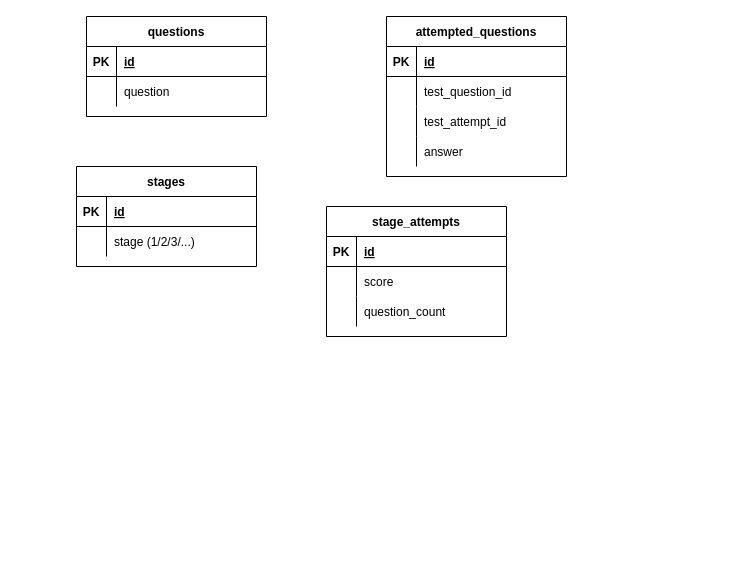
Earlier version of the draw.io diagram diagrams/database-design.drawio (alimtegar/sibisa_api). Source tidied: cells renumbered, new cells numbered last; positions are measured from the earlier drawing's top-left corner, leaving out a move shared by most shapes. Both pictures are drawn from the tidied source at 100%, with x=0, y=0 at pixel (76, 16).
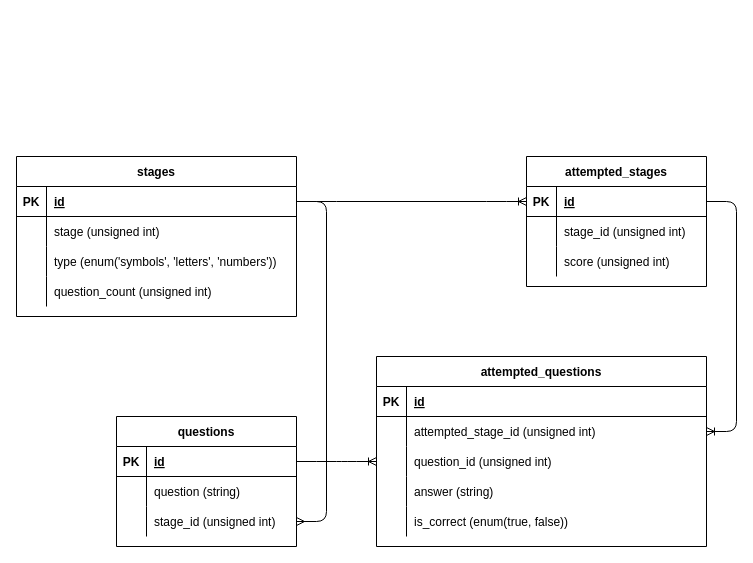
After the change.

Commit message:
Update database design

The change refers to these unchanged cells:
```xml
<mxCell id="3" style="shape=partialRectangle;fillColor=none;top=0;left=0;bottom=1;right=0;points=[[0,0.5],[1,0.5]];portConstraint=eastwest;" parent="2" vertex="1">
  <mxGeometry y="30" width="180" height="30" as="geometry" />
</mxCell>
<mxCell id="23" style="shape=partialRectangle;fillColor=none;top=0;left=0;bottom=1;right=0;points=[[0,0.5],[1,0.5]];portConstraint=eastwest;" parent="22" vertex="1">
  <mxGeometry y="30" width="180" height="30" as="geometry" />
</mxCell>
<mxCell id="26" style="shape=partialRectangle;fillColor=none;top=0;left=0;bottom=0;right=0;" parent="22" vertex="1">
  <mxGeometry y="60" width="180" height="30" as="geometry" />
</mxCell>
<mxCell id="29" style="shape=partialRectangle;fillColor=none;top=0;left=0;bottom=0;right=0;" parent="22" vertex="1">
  <mxGeometry y="90" width="180" height="30" as="geometry" />
</mxCell>
```

The edit, as a diff of the source:
```diff
@@
     <mxCell id="2" value="questions" style="shape=table;startSize=30;childLayout=tableLayout;rowLines=0;fontStyle=1;align=center;" parent="1" vertex="1">
-      <mxGeometry x="10" width="180" height="100" as="geometry" />
+      <mxGeometry x="40" y="400" width="180" height="130" as="geometry" />
     </mxCell>
@@
+    <mxCell id="39" style="shape=partialRectangle;fillColor=none;top=0;left=0;bottom=0;right=0;" parent="2" vertex="1">
+      <mxGeometry y="60" width="180" height="30" as="geometry" />
+    </mxCell>
+    <mxCell id="40" style="shape=partialRectangle;fillColor=none;top=0;left=0;bottom=0;right=0;overflow=hidden;" parent="39" vertex="1">
+      <mxGeometry width="30" height="30" as="geometry" />
+    </mxCell>
+    <mxCell id="41" value="question (string)" style="shape=partialRectangle;fillColor=none;top=0;left=0;bottom=0;right=0;align=left;spacingLeft=6;overflow=hidden;" parent="39" vertex="1">
+      <mxGeometry x="30" width="150" height="30" as="geometry" />
+    </mxCell>
     <mxCell id="6" style="shape=partialRectangle;fillColor=none;top=0;left=0;bottom=0;right=0;points=[[0,0.5],[1,0.5]];portConstraint=eastwest;" parent="2" vertex="1">
-      <mxGeometry y="60" width="180" height="30" as="geometry" />
+      <mxGeometry y="90" width="180" height="30" as="geometry" />
     </mxCell>
@@
-    <mxCell id="8" value="question" style="shape=partialRectangle;fillColor=none;top=0;left=0;bottom=0;right=0;align=left;spacingLeft=6;overflow=hidden;" parent="6" vertex="1">
+    <mxCell id="8" value="stage_id (unsigned int)" style="shape=partialRectangle;fillColor=none;top=0;left=0;bottom=0;right=0;align=left;spacingLeft=6;overflow=hidden;" parent="6" vertex="1">
       <mxGeometry x="30" width="150" height="30" as="geometry" />
     </mxCell>
     <mxCell id="9" value="attempted_questions" style="shape=table;startSize=30;childLayout=tableLayout;rowLines=0;fontStyle=1;align=center;" parent="1" vertex="1">
-      <mxGeometry x="310" width="180" height="160" as="geometry" />
+      <mxGeometry x="300" y="340" width="330" height="190" as="geometry" />
     </mxCell>
     <mxCell id="10" style="shape=partialRectangle;fillColor=none;top=0;left=0;bottom=1;right=0;" parent="9" vertex="1">
-      <mxGeometry y="30" width="180" height="30" as="geometry" />
+      <mxGeometry y="30" width="330" height="30" as="geometry" />
     </mxCell>
@@
     <mxCell id="12" value="id" style="shape=partialRectangle;fillColor=none;top=0;left=0;bottom=0;right=0;align=left;spacingLeft=6;fontStyle=5;overflow=hidden;" parent="10" vertex="1">
-      <mxGeometry x="30" width="150" height="30" as="geometry" />
+      <mxGeometry x="30" width="300" height="30" as="geometry" />
     </mxCell>
     <mxCell id="13" style="shape=partialRectangle;fillColor=none;top=0;left=0;bottom=0;right=0;points=[[0,0.5],[1,0.5]];portConstraint=eastwest;" parent="9" vertex="1">
-      <mxGeometry y="60" width="180" height="30" as="geometry" />
+      <mxGeometry y="60" width="330" height="30" as="geometry" />
     </mxCell>
@@
-    <mxCell id="15" value="test_question_id" style="shape=partialRectangle;fillColor=none;top=0;left=0;bottom=0;right=0;align=left;spacingLeft=6;overflow=hidden;" parent="13" vertex="1">
-      <mxGeometry x="30" width="150" height="30" as="geometry" />
+    <mxCell id="15" value="attempted_stage_id (unsigned int)" style="shape=partialRectangle;fillColor=none;top=0;left=0;bottom=0;right=0;align=left;spacingLeft=6;overflow=hidden;" parent="13" vertex="1">
+      <mxGeometry x="30" width="300" height="30" as="geometry" />
     </mxCell>
     <mxCell id="16" style="shape=partialRectangle;fillColor=none;top=0;left=0;bottom=0;right=0;points=[[0,0.5],[1,0.5]];portConstraint=eastwest;" parent="9" vertex="1">
-      <mxGeometry y="90" width="180" height="30" as="geometry" />
+      <mxGeometry y="90" width="330" height="30" as="geometry" />
     </mxCell>
@@
-    <mxCell id="18" value="test_attempt_id" style="shape=partialRectangle;fillColor=none;top=0;left=0;bottom=0;right=0;align=left;spacingLeft=6;overflow=hidden;" parent="16" vertex="1">
-      <mxGeometry x="30" width="150" height="30" as="geometry" />
+    <mxCell id="18" value="question_id (unsigned int)" style="shape=partialRectangle;fillColor=none;top=0;left=0;bottom=0;right=0;align=left;spacingLeft=6;overflow=hidden;" parent="16" vertex="1">
+      <mxGeometry x="30" width="300" height="30" as="geometry" />
     </mxCell>
     <mxCell id="19" style="shape=partialRectangle;fillColor=none;top=0;left=0;bottom=0;right=0;" parent="9" vertex="1">
-      <mxGeometry y="120" width="180" height="30" as="geometry" />
+      <mxGeometry y="120" width="330" height="30" as="geometry" />
     </mxCell>
@@
-    <mxCell id="21" value="answer" style="shape=partialRectangle;fillColor=none;top=0;left=0;bottom=0;right=0;align=left;spacingLeft=6;overflow=hidden;" parent="19" vertex="1">
-      <mxGeometry x="30" width="150" height="30" as="geometry" />
+    <mxCell id="21" value="answer (string)" style="shape=partialRectangle;fillColor=none;top=0;left=0;bottom=0;right=0;align=left;spacingLeft=6;overflow=hidden;" parent="19" vertex="1">
+      <mxGeometry x="30" width="300" height="30" as="geometry" />
     </mxCell>
+    <mxCell id="42" style="shape=partialRectangle;fillColor=none;top=0;left=0;bottom=0;right=0;" parent="9" vertex="1">
+      <mxGeometry y="150" width="330" height="30" as="geometry" />
+    </mxCell>
+    <mxCell id="43" style="shape=partialRectangle;fillColor=none;top=0;left=0;bottom=0;right=0;overflow=hidden;" parent="42" vertex="1">
+      <mxGeometry width="30" height="30" as="geometry" />
+    </mxCell>
+    <mxCell id="44" value="is_correct (enum(true, false))" style="shape=partialRectangle;fillColor=none;top=0;left=0;bottom=0;right=0;align=left;spacingLeft=6;overflow=hidden;" parent="42" vertex="1">
+      <mxGeometry x="30" width="300" height="30" as="geometry" />
+    </mxCell>
-    <mxCell id="22" value="stage_attempts" style="shape=table;startSize=30;childLayout=tableLayout;rowLines=0;fontStyle=1;align=center;" parent="1" vertex="1">
-      <mxGeometry x="250" y="190" width="180" height="130" as="geometry" />
+    <mxCell id="22" value="attempted_stages" style="shape=table;startSize=30;childLayout=tableLayout;rowLines=0;fontStyle=1;align=center;" parent="1" vertex="1">
+      <mxGeometry x="450" y="140" width="180" height="130" as="geometry" />
     </mxCell>
@@
-    <mxCell id="28" value="score" style="shape=partialRectangle;fillColor=none;top=0;left=0;bottom=0;right=0;align=left;spacingLeft=6;overflow=hidden;" parent="26" vertex="1">
+    <mxCell id="28" value="stage_id (unsigned int)" style="shape=partialRectangle;fillColor=none;top=0;left=0;bottom=0;right=0;align=left;spacingLeft=6;overflow=hidden;" parent="26" vertex="1">
       <mxGeometry x="30" width="150" height="30" as="geometry" />
     </mxCell>
@@
-    <mxCell id="30" style="shape=partialRectangle;fillColor=none;top=0;left=0;bottom=0;right=0;overflow=hidden;" parent="29" vertex="1">
-      <mxGeometry width="30" height="30" as="geometry" />
-    </mxCell>
-    <mxCell id="31" value="question_count" style="shape=partialRectangle;fillColor=none;top=0;left=0;bottom=0;right=0;align=left;spacingLeft=6;overflow=hidden;" parent="29" vertex="1">
-      <mxGeometry x="30" width="150" height="30" as="geometry" />
-    </mxCell>
+    <mxCell id="45" style="shape=partialRectangle;fillColor=none;top=0;left=0;bottom=0;right=0;overflow=hidden;" parent="29" vertex="1">
+      <mxGeometry width="30" height="30" as="geometry" />
+    </mxCell>
+    <mxCell id="46" value="score (unsigned int)" style="shape=partialRectangle;fillColor=none;top=0;left=0;bottom=0;right=0;align=left;spacingLeft=6;overflow=hidden;" parent="29" vertex="1">
+      <mxGeometry x="30" width="150" height="30" as="geometry" />
+    </mxCell>
     <mxCell id="32" value="stages" style="shape=table;startSize=30;childLayout=tableLayout;rowLines=0;fontStyle=1;align=center;" parent="1" vertex="1">
-      <mxGeometry y="150" width="180" height="100" as="geometry" />
+      <mxGeometry x="-60" y="140" width="280" height="160" as="geometry" />
     </mxCell>
     <mxCell id="33" style="shape=partialRectangle;fillColor=none;top=0;left=0;bottom=1;right=0;points=[[0,0.5],[1,0.5]];portConstraint=eastwest;" parent="32" vertex="1">
-      <mxGeometry y="30" width="180" height="30" as="geometry" />
+      <mxGeometry y="30" width="280" height="30" as="geometry" />
     </mxCell>
@@
     <mxCell id="35" value="id" style="shape=partialRectangle;fillColor=none;top=0;left=0;bottom=0;right=0;align=left;spacingLeft=6;fontStyle=5;overflow=hidden;" parent="33" vertex="1">
-      <mxGeometry x="30" width="150" height="30" as="geometry" />
+      <mxGeometry x="30" width="250" height="30" as="geometry" />
     </mxCell>
+    <mxCell id="47" style="shape=partialRectangle;fillColor=none;top=0;left=0;bottom=0;right=0;" parent="32" vertex="1">
+      <mxGeometry y="60" width="280" height="30" as="geometry" />
+    </mxCell>
+    <mxCell id="48" style="shape=partialRectangle;fillColor=none;top=0;left=0;bottom=0;right=0;overflow=hidden;" parent="47" vertex="1">
+      <mxGeometry width="30" height="30" as="geometry" />
+    </mxCell>
+    <mxCell id="49" value="stage (unsigned int)" style="shape=partialRectangle;fillColor=none;top=0;left=0;bottom=0;right=0;align=left;spacingLeft=6;overflow=hidden;" parent="47" vertex="1">
+      <mxGeometry x="30" width="250" height="30" as="geometry" />
+    </mxCell>
+    <mxCell id="50" style="shape=partialRectangle;fillColor=none;top=0;left=0;bottom=0;right=0;" parent="32" vertex="1">
+      <mxGeometry y="90" width="280" height="30" as="geometry" />
+    </mxCell>
+    <mxCell id="51" style="shape=partialRectangle;fillColor=none;top=0;left=0;bottom=0;right=0;overflow=hidden;" parent="50" vertex="1">
+      <mxGeometry width="30" height="30" as="geometry" />
+    </mxCell>
+    <mxCell id="52" value="type (enum('symbols', 'letters', 'numbers'))" style="shape=partialRectangle;fillColor=none;top=0;left=0;bottom=0;right=0;align=left;spacingLeft=6;overflow=hidden;" parent="50" vertex="1">
+      <mxGeometry x="30" width="250" height="30" as="geometry" />
+    </mxCell>
     <mxCell id="36" style="shape=partialRectangle;fillColor=none;top=0;left=0;bottom=0;right=0;" parent="32" vertex="1">
-      <mxGeometry y="60" width="180" height="30" as="geometry" />
+      <mxGeometry y="120" width="280" height="30" as="geometry" />
     </mxCell>
@@
-    <mxCell id="38" value="stage (1/2/3/...)" style="shape=partialRectangle;fillColor=none;top=0;left=0;bottom=0;right=0;align=left;spacingLeft=6;overflow=hidden;" parent="36" vertex="1">
-      <mxGeometry x="30" width="150" height="30" as="geometry" />
+    <mxCell id="38" value="question_count (unsigned int)" style="shape=partialRectangle;fillColor=none;top=0;left=0;bottom=0;right=0;align=left;spacingLeft=6;overflow=hidden;" parent="36" vertex="1">
+      <mxGeometry x="30" width="250" height="30" as="geometry" />
     </mxCell>
+    <mxCell id="53" style="edgeStyle=entityRelationEdgeStyle;fontSize=12;html=1;endArrow=ERmany;exitX=1;exitY=0.5;exitDx=0;exitDy=0;" parent="1" edge="1" source="33" target="6">
+      <mxGeometry relative="1" as="geometry" />
+    </mxCell>
+    <mxCell id="54" style="edgeStyle=entityRelationEdgeStyle;fontSize=12;html=1;endArrow=ERoneToMany;entryX=0;entryY=0.5;entryDx=0;entryDy=0;" parent="1" edge="1" target="23">
+      <mxGeometry relative="1" as="geometry">
+        <mxPoint x="220" y="185" as="sourcePoint" />
+      </mxGeometry>
+    </mxCell>
+    <mxCell id="55" style="edgeStyle=entityRelationEdgeStyle;fontSize=12;html=1;endArrow=ERoneToMany;exitX=1;exitY=0.5;exitDx=0;exitDy=0;entryX=1;entryY=0.5;entryDx=0;entryDy=0;" parent="1" edge="1" source="23" target="13">
+      <mxGeometry relative="1" as="geometry" />
+    </mxCell>
+    <mxCell id="56" style="edgeStyle=entityRelationEdgeStyle;fontSize=12;html=1;endArrow=ERoneToMany;exitX=1;exitY=0.5;exitDx=0;exitDy=0;entryX=0;entryY=0.5;entryDx=0;entryDy=0;" parent="1" edge="1" source="3" target="16">
+      <mxGeometry relative="1" as="geometry" />
+    </mxCell>
```
